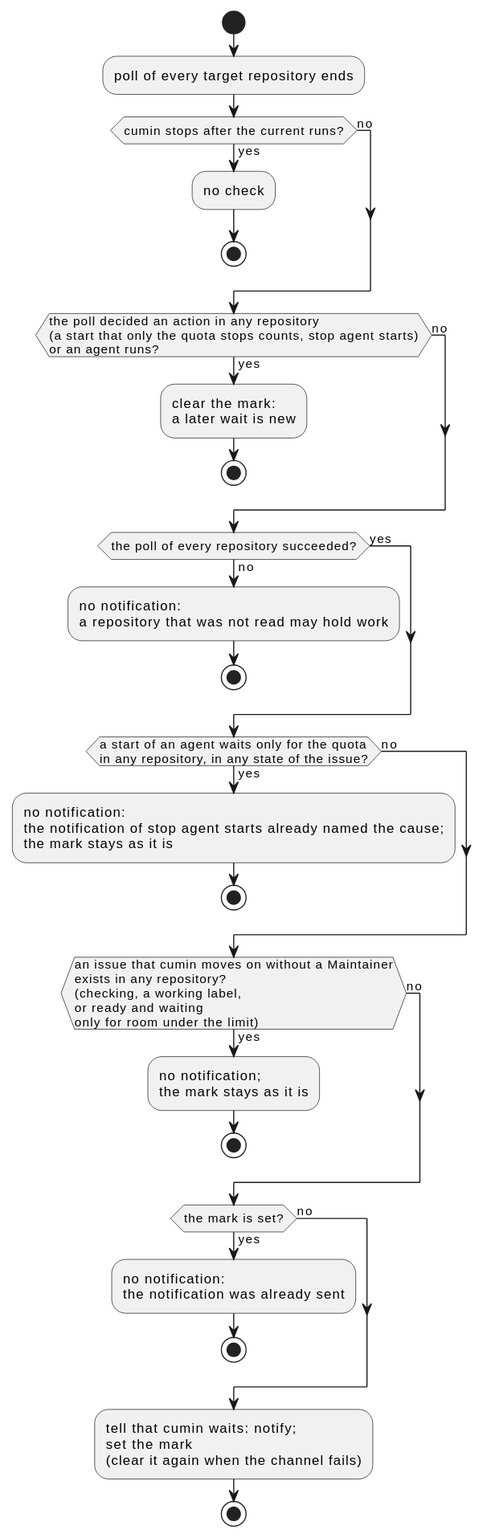
Earlier version of the PlantUML export docs/ja/designs/quota-waiting.svg (cloveclovedev/cumin-works).
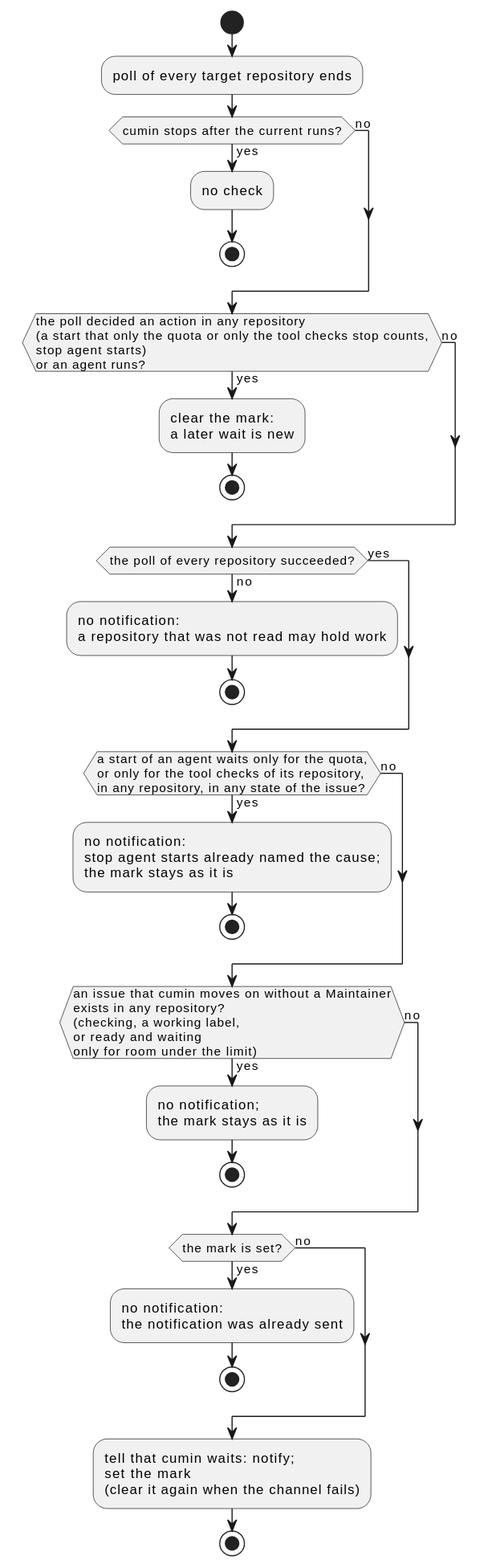
After the change.

What changed in the source:
```diff
@@ -9,7 +9,7 @@
   stop
 else (no)
 endif
-if (the poll decided an action in any repository\n(a start that only the quota stops counts, stop agent starts)\nor an agent runs?) then (yes)
+if (the poll decided an action in any repository\n(a start that only the quota or only the tool checks stop counts,\nstop agent starts)\nor an agent runs?) then (yes)
   :clear the mark:\na later wait is new;
   stop
 else (no)
@@ -19,8 +19,8 @@
   stop
 else (yes)
 endif
-if (a start of an agent waits only for the quota\nin any repository, in any state of the issue?) then (yes)
-  :no notification:\nthe notification of stop agent starts already named the cause;\nthe mark stays as it is;
+if (a start of an agent waits only for the quota,\nor only for the tool checks of its repository,\nin any repository, in any state of the issue?) then (yes)
+  :no notification:\nstop agent starts already named the cause;\nthe mark stays as it is;
   stop
 else (no)
 endif
```
